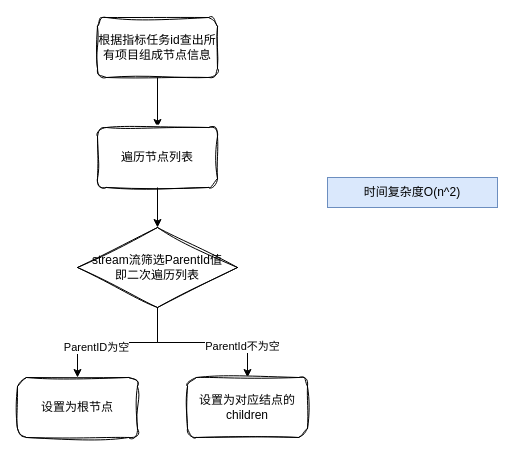
KeatonLi/pictures keeps this draw.io diagram as draw.io/项目组成树逻辑图.drawio. Above is the earlier version. Source tidied: cells renumbered, new cells numbered last; positions are measured from the earlier drawing's top-left corner, leaving out a move shared by most shapes. Both pictures are drawn from the tidied source at 100%, with x=0, y=0 at pixel (17, 17).
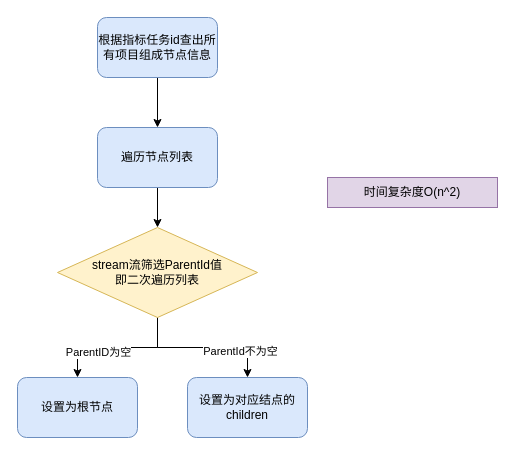
After the change.

Commit message (it also covers changes not shown here):
更新项目组成树逻辑图.drawio

What changed in the source:
```diff
@@
 <mxGraphModel>
   <root>
     <mxCell id="0" />
     <mxCell id="1" parent="0" />
     <mxCell id="2" style="edgeStyle=orthogonalEdgeStyle;rounded=0;jettySize=auto;html=1;entryX=0.5;entryY=0;entryDx=0;entryDy=0;" parent="1" edge="1" source="3" target="5">
       <mxGeometry relative="1" as="geometry" />
     </mxCell>
-    <mxCell id="3" value="根据指标任务id查出所有项目组成节点信息" style="rounded=1;whiteSpace=wrap;html=1;sketch=1;curveFitting=1;jiggle=2;" parent="1" vertex="1">
+    <mxCell id="3" value="根据指标任务id查出所有项目组成节点信息" style="rounded=1;whiteSpace=wrap;html=1;fillColor=#dae8fc;strokeColor=#6c8ebf;" parent="1" vertex="1">
       <mxGeometry x="80" width="120" height="60" as="geometry" />
     </mxCell>
     <mxCell id="4" style="edgeStyle=orthogonalEdgeStyle;rounded=0;jettySize=auto;html=1;entryX=0.5;entryY=0;entryDx=0;entryDy=0;" parent="1" edge="1" source="5" target="11">
       <mxGeometry relative="1" as="geometry" />
     </mxCell>
-    <mxCell id="5" value="遍历节点列表" style="rounded=1;whiteSpace=wrap;html=1;sketch=1;curveFitting=1;jiggle=2;" parent="1" vertex="1">
+    <mxCell id="5" value="遍历节点列表" style="rounded=1;whiteSpace=wrap;html=1;fillColor=#dae8fc;strokeColor=#6c8ebf;" parent="1" vertex="1">
       <mxGeometry x="80" y="110" width="120" height="60" as="geometry" />
     </mxCell>
-    <mxCell id="6" value="时间复杂度O(n^2)" style="rounded=0;whiteSpace=wrap;html=1;fillColor=#dae8fc;strokeColor=#6c8ebf;" parent="1" vertex="1">
+    <mxCell id="6" value="时间复杂度O(n^2)" style="rounded=0;whiteSpace=wrap;html=1;fillColor=#e1d5e7;strokeColor=#9673a6;" parent="1" vertex="1">
       <mxGeometry x="310" y="160" width="170" height="30" as="geometry" />
     </mxCell>
     <mxCell id="7" style="edgeStyle=orthogonalEdgeStyle;rounded=0;jettySize=auto;html=1;" parent="1" edge="1" source="11" target="12">
       <mxGeometry relative="1" as="geometry" />
     </mxCell>
     <mxCell id="8" value="ParentID为空" style="edgeLabel;html=1;align=center;verticalAlign=middle;" parent="7" vertex="1">
       <mxGeometry x="0.29" y="4" relative="1" as="geometry" />
     </mxCell>
     <mxCell id="9" style="edgeStyle=orthogonalEdgeStyle;rounded=0;jettySize=auto;html=1;entryX=0.5;entryY=0;entryDx=0;entryDy=0;" parent="1" edge="1" source="11" target="13">
       <mxGeometry relative="1" as="geometry" />
     </mxCell>
     <mxCell id="10" value="ParentId不为空" style="edgeLabel;html=1;align=center;verticalAlign=middle;" parent="9" vertex="1">
       <mxGeometry x="0.49" y="-3" relative="1" as="geometry" />
     </mxCell>
-    <mxCell id="11" value="stream流筛选ParentId值&lt;br&gt;即二次遍历列表" style="rhombus;whiteSpace=wrap;html=1;sketch=1;curveFitting=1;jiggle=2;" parent="1" vertex="1">
-      <mxGeometry x="60" y="210" width="160" height="80" as="geometry" />
+    <mxCell id="11" value="stream流筛选ParentId值&lt;br&gt;即二次遍历列表" style="rhombus;whiteSpace=wrap;html=1;fillColor=#fff2cc;strokeColor=#d6b656;" parent="1" vertex="1">
+      <mxGeometry x="40" y="210" width="200" height="90" as="geometry" />
     </mxCell>
-    <mxCell id="12" value="设置为根节点" style="rounded=1;whiteSpace=wrap;html=1;sketch=1;curveFitting=1;jiggle=2;" parent="1" vertex="1">
+    <mxCell id="12" value="设置为根节点" style="rounded=1;whiteSpace=wrap;html=1;fillColor=#dae8fc;strokeColor=#6c8ebf;" parent="1" vertex="1">
       <mxGeometry y="360" width="120" height="60" as="geometry" />
     </mxCell>
-    <mxCell id="13" value="设置为对应结点的children" style="rounded=1;whiteSpace=wrap;html=1;sketch=1;curveFitting=1;jiggle=2;" parent="1" vertex="1">
+    <mxCell id="13" value="设置为对应结点的children" style="rounded=1;whiteSpace=wrap;html=1;fillColor=#dae8fc;strokeColor=#6c8ebf;" parent="1" vertex="1">
       <mxGeometry x="170" y="360" width="120" height="60" as="geometry" />
     </mxCell>
   </root>
 </mxGraphModel>
```
